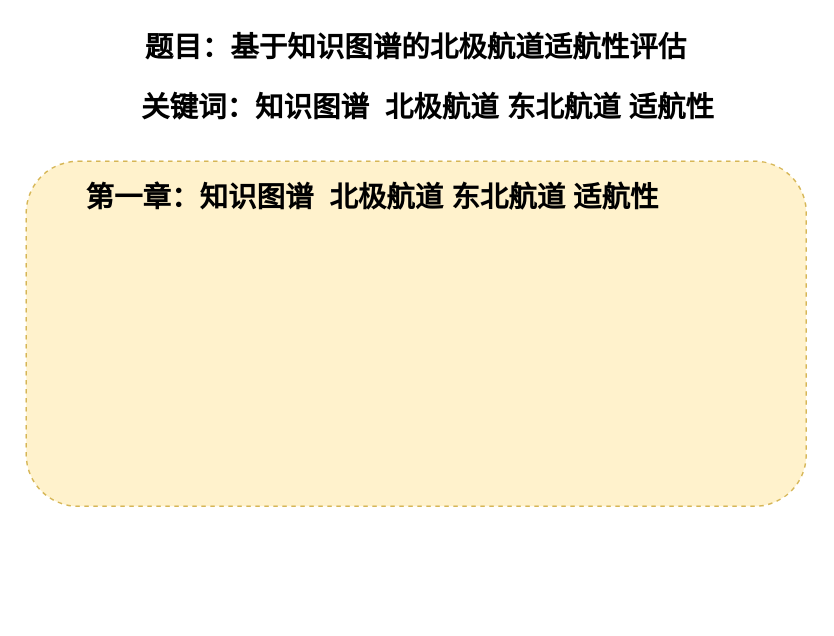
Before: 论文框架.drawio in huxinkan517/DRAW.IO, a draw.io diagram. Source tidied: cells renumbered, new cells numbered last; positions are measured from the earlier drawing's top-left corner, leaving out a move shared by most shapes. Both pictures are drawn from the tidied source at 150%, with x=0, y=0 at pixel (26, 26).
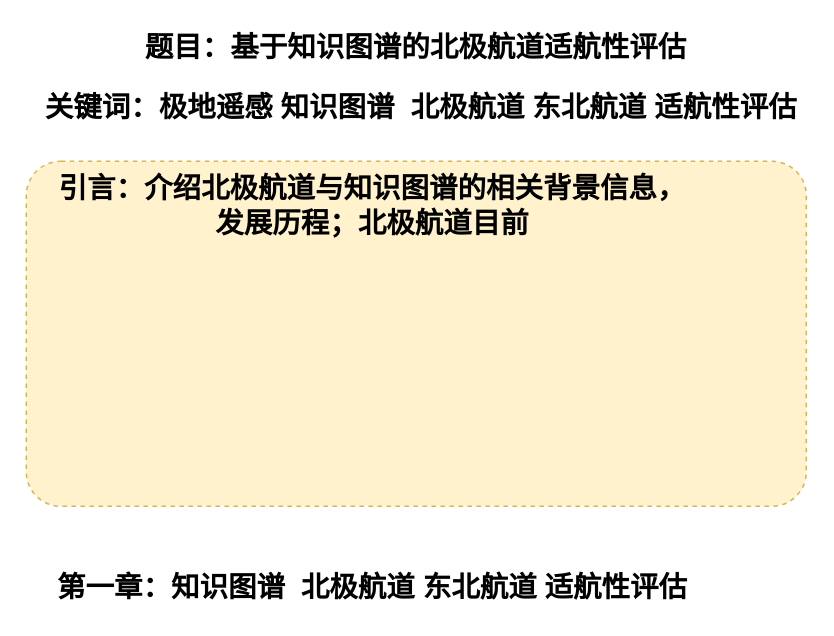
The same diagram, later.

Commit message (it also covers changes not shown here):
更新论文框架.drawio

What changed in the source:
```diff
@@
 <mxGraphModel>
   <root>
     <mxCell id="0" />
     <mxCell id="1" parent="0" />
-    <mxCell id="2" style="rounded=1;whiteSpace=wrap;html=1;dashed=1;fillColor=#fff2cc;strokeColor=#d6b656;" parent="1" vertex="1">
+    <mxCell id="2" style="rounded=1;whiteSpace=wrap;html=1;dashed=1;fillColor=#fff2cc;strokeColor=#d6b656;arcSize=10;" parent="1" vertex="1">
       <mxGeometry y="90" width="520" height="230" as="geometry" />
     </mxCell>
     <mxCell id="3" value="&lt;b style=&quot;font-size: 19px;&quot;&gt;题目：基于知识图谱的北极航道适航性评估&lt;/b&gt;" style="text;html=1;strokeColor=none;fillColor=none;align=center;verticalAlign=middle;whiteSpace=wrap;rounded=0;fontSize=19;" parent="1" vertex="1">
       <mxGeometry x="45" width="430" height="30" as="geometry" />
     </mxCell>
-    <mxCell id="4" value="&lt;b style=&quot;font-size: 19px;&quot;&gt;关键词：知识图谱&amp;nbsp; 北极航道 东北航道 适航性&lt;/b&gt;" style="text;html=1;strokeColor=none;fillColor=none;align=center;verticalAlign=middle;whiteSpace=wrap;rounded=0;fontSize=19;" parent="1" vertex="1">
-      <mxGeometry x="53" y="40" width="430" height="30" as="geometry" />
+    <mxCell id="4" value="&lt;b style=&quot;font-size: 19px;&quot;&gt;关键词：极地遥感 知识图谱&amp;nbsp; 北极航道 东北航道 适航性评估&lt;/b&gt;" style="text;html=1;strokeColor=none;fillColor=none;align=center;verticalAlign=middle;whiteSpace=wrap;rounded=0;fontSize=19;" parent="1" vertex="1">
+      <mxGeometry x="6" y="40" width="515" height="30" as="geometry" />
     </mxCell>
-    <mxCell id="5" value="&lt;b style=&quot;font-size: 19px;&quot;&gt;第一章：知识图谱&amp;nbsp; 北极航道 东北航道 适航性&lt;/b&gt;" style="text;html=1;strokeColor=none;fillColor=none;align=center;verticalAlign=middle;whiteSpace=wrap;rounded=0;fontSize=19;" parent="1" vertex="1">
-      <mxGeometry x="16" y="100" width="430" height="30" as="geometry" />
+    <mxCell id="5" value="&lt;b style=&quot;font-size: 19px;&quot;&gt;第一章：知识图谱&amp;nbsp; 北极航道 东北航道 适航性评估&lt;/b&gt;" style="text;html=1;strokeColor=none;fillColor=none;align=center;verticalAlign=middle;whiteSpace=wrap;rounded=0;fontSize=19;" parent="1" vertex="1">
+      <mxGeometry x="16" y="360" width="430" height="30" as="geometry" />
     </mxCell>
+    <mxCell id="6" value="&lt;b style=&quot;font-size: 19px;&quot;&gt;引言：介绍北极航道与知识图谱的相关背景信息，发展历程；北极航道目前&lt;/b&gt;" style="text;html=1;strokeColor=none;fillColor=none;align=center;verticalAlign=middle;whiteSpace=wrap;rounded=0;fontSize=19;" parent="1" vertex="1">
+      <mxGeometry x="16" y="100" width="430" height="40" as="geometry" />
+    </mxCell>
   </root>
 </mxGraphModel>
```
